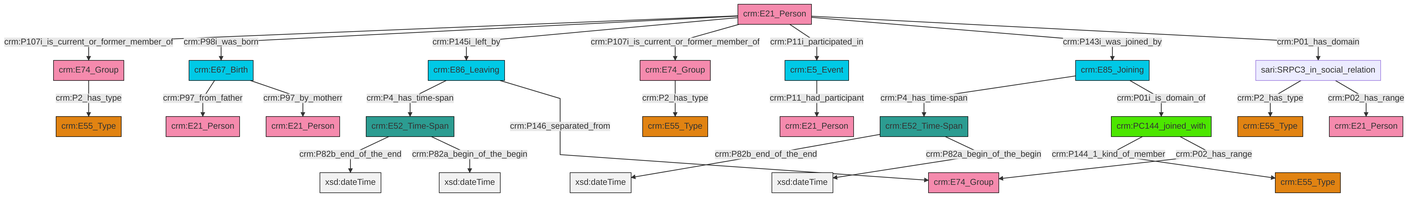
swiss-art-research-net/docs.swissartresearch keeps this Mermaid diagram as et/personCSV/ttl/mmd/png/Person_Actor_Relations.png. Above is the earlier version. Its source is kept beside it as et/personCSV/ttl/mmd/Person_Actor_Relations.ttl.mmd.
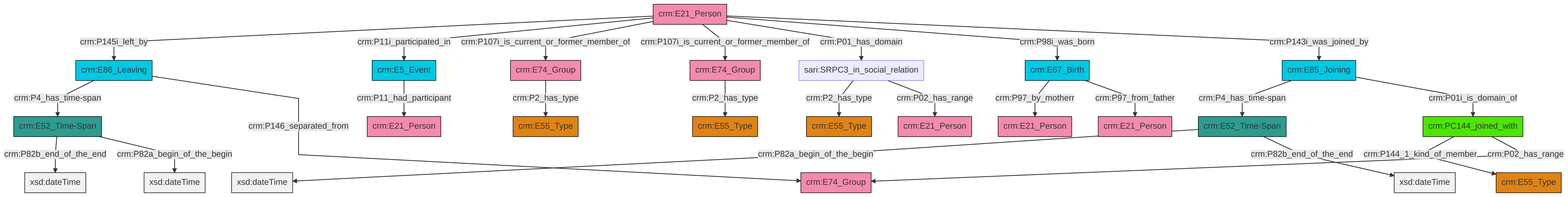
After the change.

What changed in the source:
```diff
@@ -13,27 +13,27 @@
 classDef PC_Classes fill:#4ce600, stroke:#000000;
 classDef Multi fill:#cccccc,stroke:#000000;
 
-2["crm:PC144_joined_with"]:::PC_Classes -->|crm:P144_1_kind_of_member| 3["crm:E55_Type"]:::Type
-4["crm:E52_Time-Span"]:::Time-Span -->|crm:P82b_end_of_the_end| 5[xsd:dateTime]:::Literal
-8["crm:E67_Birth"]:::Temporal_Entity -->|crm:P97_from_father| 10["crm:E21_Person"]:::Actor
-4["crm:E52_Time-Span"]:::Time-Span -->|crm:P82a_begin_of_the_begin| 11[xsd:dateTime]:::Literal
-2["crm:PC144_joined_with"]:::PC_Classes -->|crm:P02_has_range| 12["crm:E74_Group"]:::Actor
-0["crm:E21_Person"]:::Actor -->|crm:P107i_is_current_or_former_member_of| 16["crm:E74_Group"]:::Actor
-0["crm:E21_Person"]:::Actor -->|crm:P98i_was_born| 8["crm:E67_Birth"]:::Temporal_Entity
-21["crm:E86_Leaving"]:::Temporal_Entity -->|crm:P4_has_time-span| 22["crm:E52_Time-Span"]:::Time-Span
-6["sari:SRPC3_in_social_relation"]:::Default -->|crm:P2_has_type| 17["crm:E55_Type"]:::Type
-0["crm:E21_Person"]:::Actor -->|crm:P145i_left_by| 21["crm:E86_Leaving"]:::Temporal_Entity
-22["crm:E52_Time-Span"]:::Time-Span -->|crm:P82b_end_of_the_end| 28[xsd:dateTime]:::Literal
-8["crm:E67_Birth"]:::Temporal_Entity -->|crm:P97_by_motherr| 24["crm:E21_Person"]:::Actor
-26["crm:E74_Group"]:::Actor -->|crm:P2_has_type| 29["crm:E55_Type"]:::Type
-30["crm:E85_Joining"]:::Temporal_Entity -->|crm:P4_has_time-span| 4["crm:E52_Time-Span"]:::Time-Span
-0["crm:E21_Person"]:::Actor -->|crm:P107i_is_current_or_former_member_of| 26["crm:E74_Group"]:::Actor
-30["crm:E85_Joining"]:::Temporal_Entity -->|crm:P01i_is_domain_of| 2["crm:PC144_joined_with"]:::PC_Classes
-0["crm:E21_Person"]:::Actor -->|crm:P11i_participated_in| 36["crm:E5_Event"]:::Temporal_Entity
-6["sari:SRPC3_in_social_relation"]:::Default -->|crm:P02_has_range| 31["crm:E21_Person"]:::Actor
-36["crm:E5_Event"]:::Temporal_Entity -->|crm:P11_had_participant| 38["crm:E21_Person"]:::Actor
-16["crm:E74_Group"]:::Actor -->|crm:P2_has_type| 14["crm:E55_Type"]:::Type
-21["crm:E86_Leaving"]:::Temporal_Entity -->|crm:P146_separated_from| 12["crm:E74_Group"]:::Actor
-22["crm:E52_Time-Span"]:::Time-Span -->|crm:P82a_begin_of_the_begin| 42[xsd:dateTime]:::Literal
-0["crm:E21_Person"]:::Actor -->|crm:P143i_was_joined_by| 30["crm:E85_Joining"]:::Temporal_Entity
-0["crm:E21_Person"]:::Actor -->|crm:P01_has_domain| 6["sari:SRPC3_in_social_relation"]:::Default
+0["crm:E86_Leaving"]:::Temporal_Entity -->|crm:P4_has_time-span| 1["crm:E52_Time-Span"]:::Time-Span
+4["crm:E67_Birth"]:::Temporal_Entity -->|crm:P97_by_motherr| 5["crm:E21_Person"]:::Actor
+6["crm:E74_Group"]:::Actor -->|crm:P2_has_type| 2["crm:E55_Type"]:::Type
+7["sari:SRPC3_in_social_relation"]:::Default -->|crm:P2_has_type| 8["crm:E55_Type"]:::Type
+11["crm:E21_Person"]:::Actor -->|crm:P145i_left_by| 0["crm:E86_Leaving"]:::Temporal_Entity
+12["crm:E85_Joining"]:::Temporal_Entity -->|crm:P4_has_time-span| 13["crm:E52_Time-Span"]:::Time-Span
+19["crm:PC144_joined_with"]:::PC_Classes -->|crm:P144_1_kind_of_member| 15["crm:E55_Type"]:::Type
+17["crm:E74_Group"]:::Actor -->|crm:P2_has_type| 9["crm:E55_Type"]:::Type
+11["crm:E21_Person"]:::Actor -->|crm:P11i_participated_in| 24["crm:E5_Event"]:::Temporal_Entity
+7["sari:SRPC3_in_social_relation"]:::Default -->|crm:P02_has_range| 25["crm:E21_Person"]:::Actor
+24["crm:E5_Event"]:::Temporal_Entity -->|crm:P11_had_participant| 28["crm:E21_Person"]:::Actor
+0["crm:E86_Leaving"]:::Temporal_Entity -->|crm:P146_separated_from| 30["crm:E74_Group"]:::Actor
+4["crm:E67_Birth"]:::Temporal_Entity -->|crm:P97_from_father| 21["crm:E21_Person"]:::Actor
+12["crm:E85_Joining"]:::Temporal_Entity -->|crm:P01i_is_domain_of| 19["crm:PC144_joined_with"]:::PC_Classes
+1["crm:E52_Time-Span"]:::Time-Span -->|crm:P82b_end_of_the_end| 32[xsd:dateTime]:::Literal
+11["crm:E21_Person"]:::Actor -->|crm:P107i_is_current_or_former_member_of| 6["crm:E74_Group"]:::Actor
+13["crm:E52_Time-Span"]:::Time-Span -->|crm:P82a_begin_of_the_begin| 40[xsd:dateTime]:::Literal
+11["crm:E21_Person"]:::Actor -->|crm:P107i_is_current_or_former_member_of| 17["crm:E74_Group"]:::Actor
+11["crm:E21_Person"]:::Actor -->|crm:P01_has_domain| 7["sari:SRPC3_in_social_relation"]:::Default
+19["crm:PC144_joined_with"]:::PC_Classes -->|crm:P02_has_range| 30["crm:E74_Group"]:::Actor
+11["crm:E21_Person"]:::Actor -->|crm:P98i_was_born| 4["crm:E67_Birth"]:::Temporal_Entity
+13["crm:E52_Time-Span"]:::Time-Span -->|crm:P82b_end_of_the_end| 43[xsd:dateTime]:::Literal
+1["crm:E52_Time-Span"]:::Time-Span -->|crm:P82a_begin_of_the_begin| 44[xsd:dateTime]:::Literal
+11["crm:E21_Person"]:::Actor -->|crm:P143i_was_joined_by| 12["crm:E85_Joining"]:::Temporal_Entity
```
